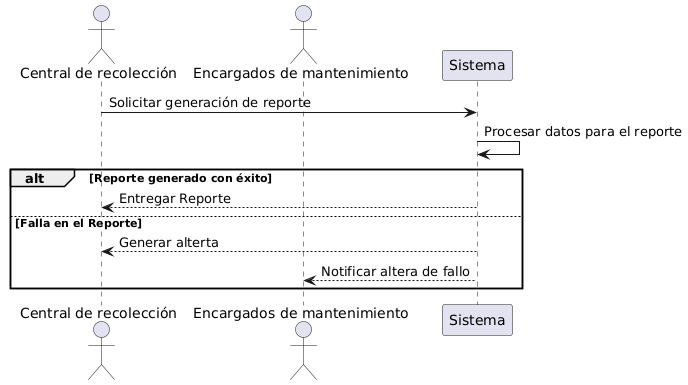
The PlantUML diagram 05_ayudantia/US3_SEC.png in diss17/proyecto_is1, before a commit.
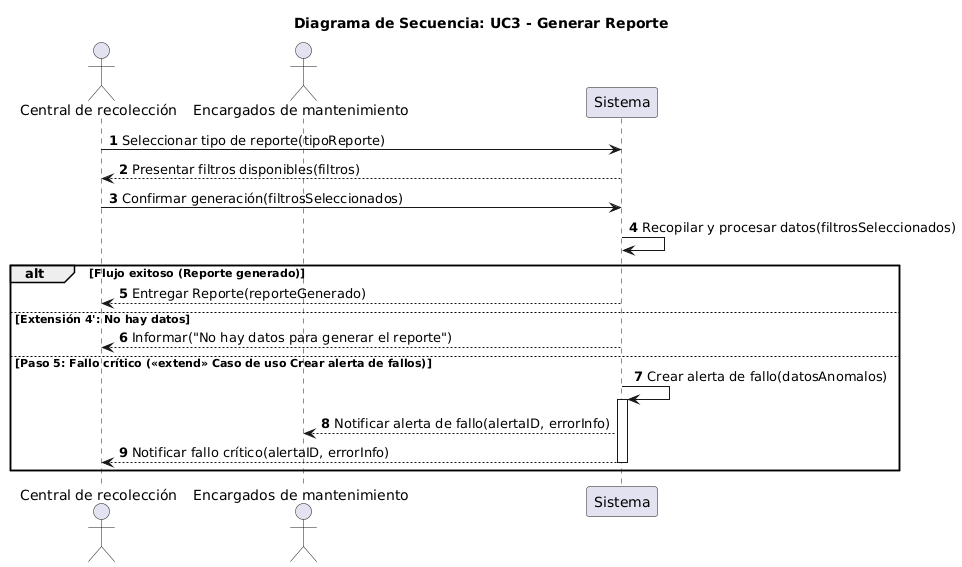
Above is the later version.

Change to the diagram source:
```diff
@@ -1,15 +1,30 @@
 @startuml
+autonumber
+title "Diagrama de Secuencia: UC3 - Generar Reporte"
+
 actor "Central de recolección" as Central
 actor "Encargados de mantenimiento" as Mantenimiento
-
 participant "Sistema" as Sistema
 
-Central -> Sistema: Solicitar generación de reporte
-Sistema -> Sistema: Procesar datos para el reporte
-alt Reporte generado con éxito
-    Sistema --> Central: Entregar Reporte
-else Falla en el Reporte
-    Sistema --> Central: Generar alterta
-    Sistema --> Mantenimiento: Notificar altera de fallo
+
+Central -> Sistema: Seleccionar tipo de reporte(tipoReporte)
+
+
+Sistema --> Central: Presentar filtros disponibles(filtros)
+
+Central -> Sistema: Confirmar generación(filtrosSeleccionados)
+
+Sistema -> Sistema: Recopilar y procesar datos(filtrosSeleccionados)
+
+alt Flujo exitoso (Reporte generado)
+    Sistema --> Central: Entregar Reporte(reporteGenerado)
+else Extensión 4': No hay datos
+    Sistema --> Central: Informar("No hay datos para generar el reporte")
+else Paso 5: Fallo crítico (<<extend>> Caso de uso Crear alerta de fallos)
+    Sistema -> Sistema: Crear alerta de fallo(datosAnomalos)
+    activate Sistema
+    Sistema --> Mantenimiento: Notificar alerta de fallo(alertaID, errorInfo)
+    Sistema --> Central: Notificar fallo crítico(alertaID, errorInfo)
+    deactivate Sistema
 end
 @enduml
```
